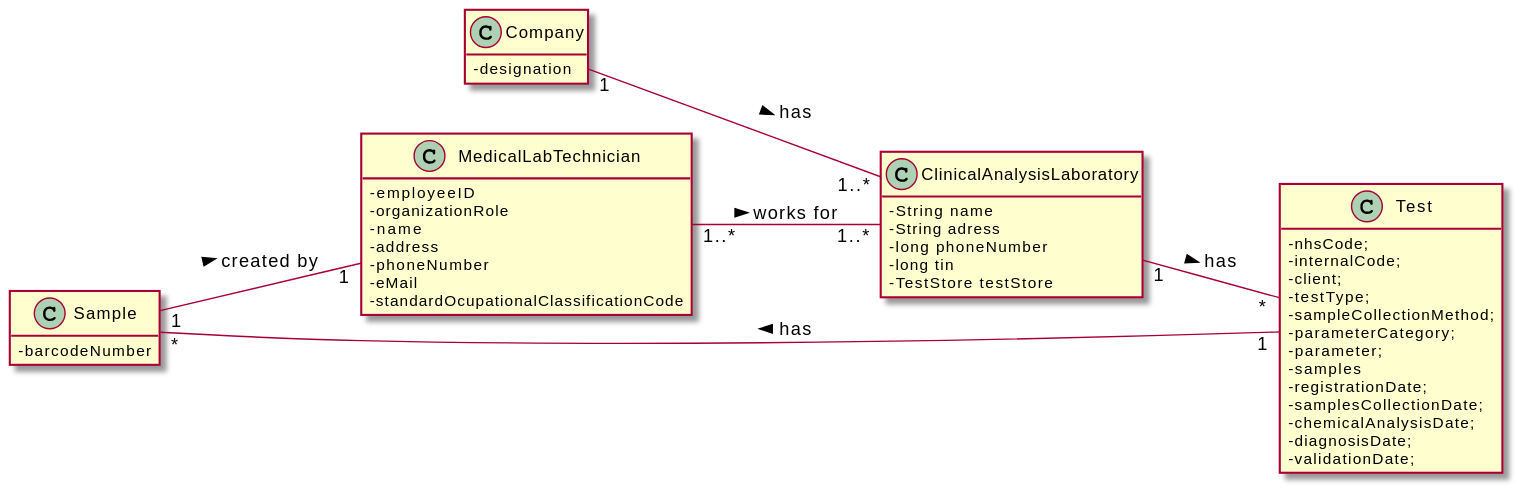
This is docs/SprintD/US_1/UC1_MD.svg from RuiRioPina/LAPR2-20-21, a PlantUML export, as it was before one commit.
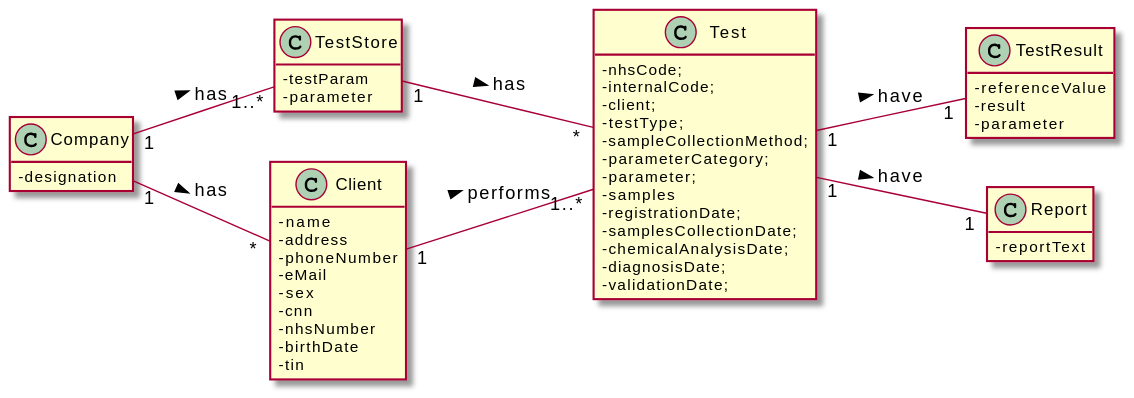
After the change.

The edit, as a diff of the source:
```diff
@@ -3,22 +3,15 @@
 hide methods
 left to right direction
 
-class Sample {
-  -barcodeNumber
-}
-
 class Company {
   -designation
 }
 
-class ClinicalAnalysisLaboratory {
-  -String name
-  -String adress
-  -long phoneNumber
-  -long tin
-  -TestStore testStore
-  +getTestStore()
+Class TestStore {
+  -testParam
+  -parameter
 }
+
 class Test {
   -nhsCode;
   -internalCode;
@@ -35,19 +28,32 @@
   -validationDate;
 }
 
-class MedicalLabTechnician {
-  -employeeID
-  -organizationRole
+class Client {
   -name
   -address
   -phoneNumber
   -eMail
-  -standardOcupationalClassificationCode
+  -sex
+  -cnn
+  -nhsNumber
+  -birthDate
+  -tin
 }
 
-Company "1" -- "1..*" ClinicalAnalysisLaboratory : has >
-ClinicalAnalysisLaboratory "1" -- "*" Test : has >
-MedicalLabTechnician "1..*" -- "1..*" ClinicalAnalysisLaboratory : works for >
-Test "1" -- "*" Sample : has >
-Sample "1" -- "1" MedicalLabTechnician : created by >
+Class TestResult {
+  -referenceValue
+  -result
+  -parameter
+}
+
+Class Report {
+  -reportText
+}
+
+Company "1" -- "1..*" TestStore : has >
+Company "1" -- "*" Client : has >
+TestStore "1" -- "*" Test : has >
+Client "1" -- "1..*" Test : performs >
+Test "1" -- "1" TestResult : have >
+Test "1" -- "1" Report : have >
 @enduml
```
